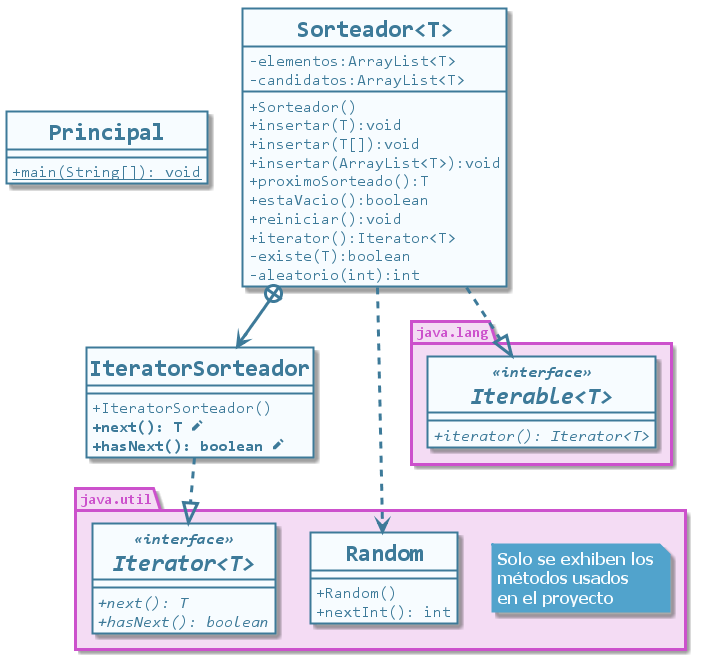
This is src/ejemploiterable/uml/clases-iterable-iterator-java.png from CharlyCimino/iterable-iterator-java, a PlantUML export, as it was before one commit.
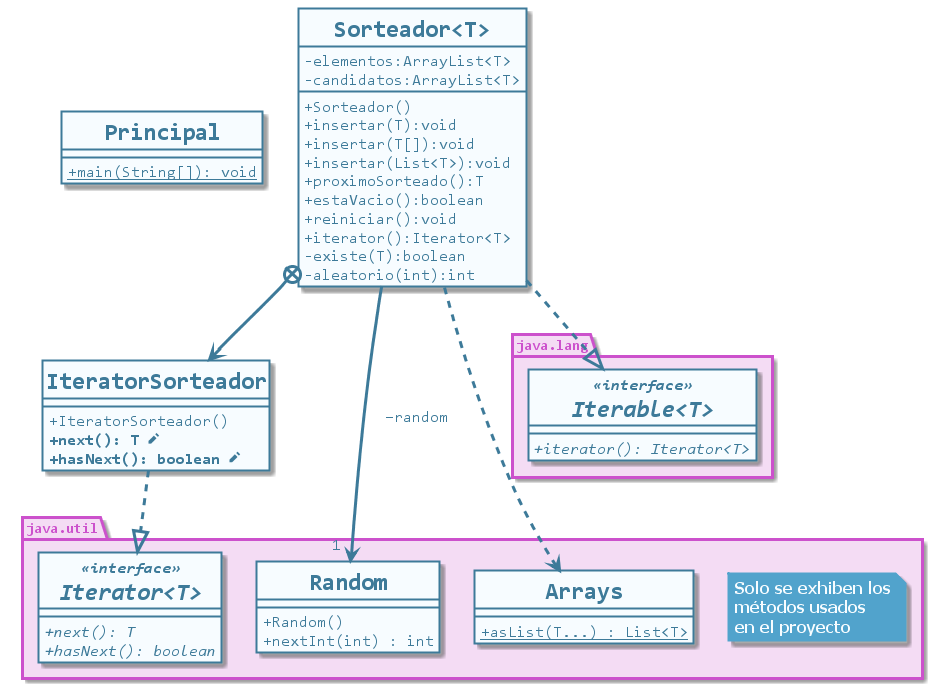
After the commit.

Commit message:
Modificado Sorteador

Diff of the diagram source:
```diff
@@ -56,7 +56,7 @@
     +Sorteador()
     +insertar(T):void
     +insertar(T[]):void
-    +insertar(ArrayList<T>):void
+    +insertar(List<T>):void
     +proximoSorteado():T
     +estaVacio():boolean
     +reiniciar():void
@@ -75,7 +75,10 @@
     note "Solo se exhiben los\nmétodos usados\nen el proyecto" as n1
     class Random {
         + Random()
-        + nextInt(): int
+        + nextInt(int) : int
+    }
+    class Arrays {
+        {static} +asList(T...) : List<T>
     }
     interface Iterator<T> <<interface>> {
         {abstract} + next(): T
@@ -90,8 +93,8 @@
 }
 
 Sorteador ..|> Iterable
-Sorteador ..> Random
 IteratorSorteador ..|> Iterator
-Sorteador +--> IteratorSorteador
-
+Sorteador +-down-> IteratorSorteador
+Sorteador --> "1 " Random: " −random"
+Sorteador ..> Arrays
 @enduml
```
